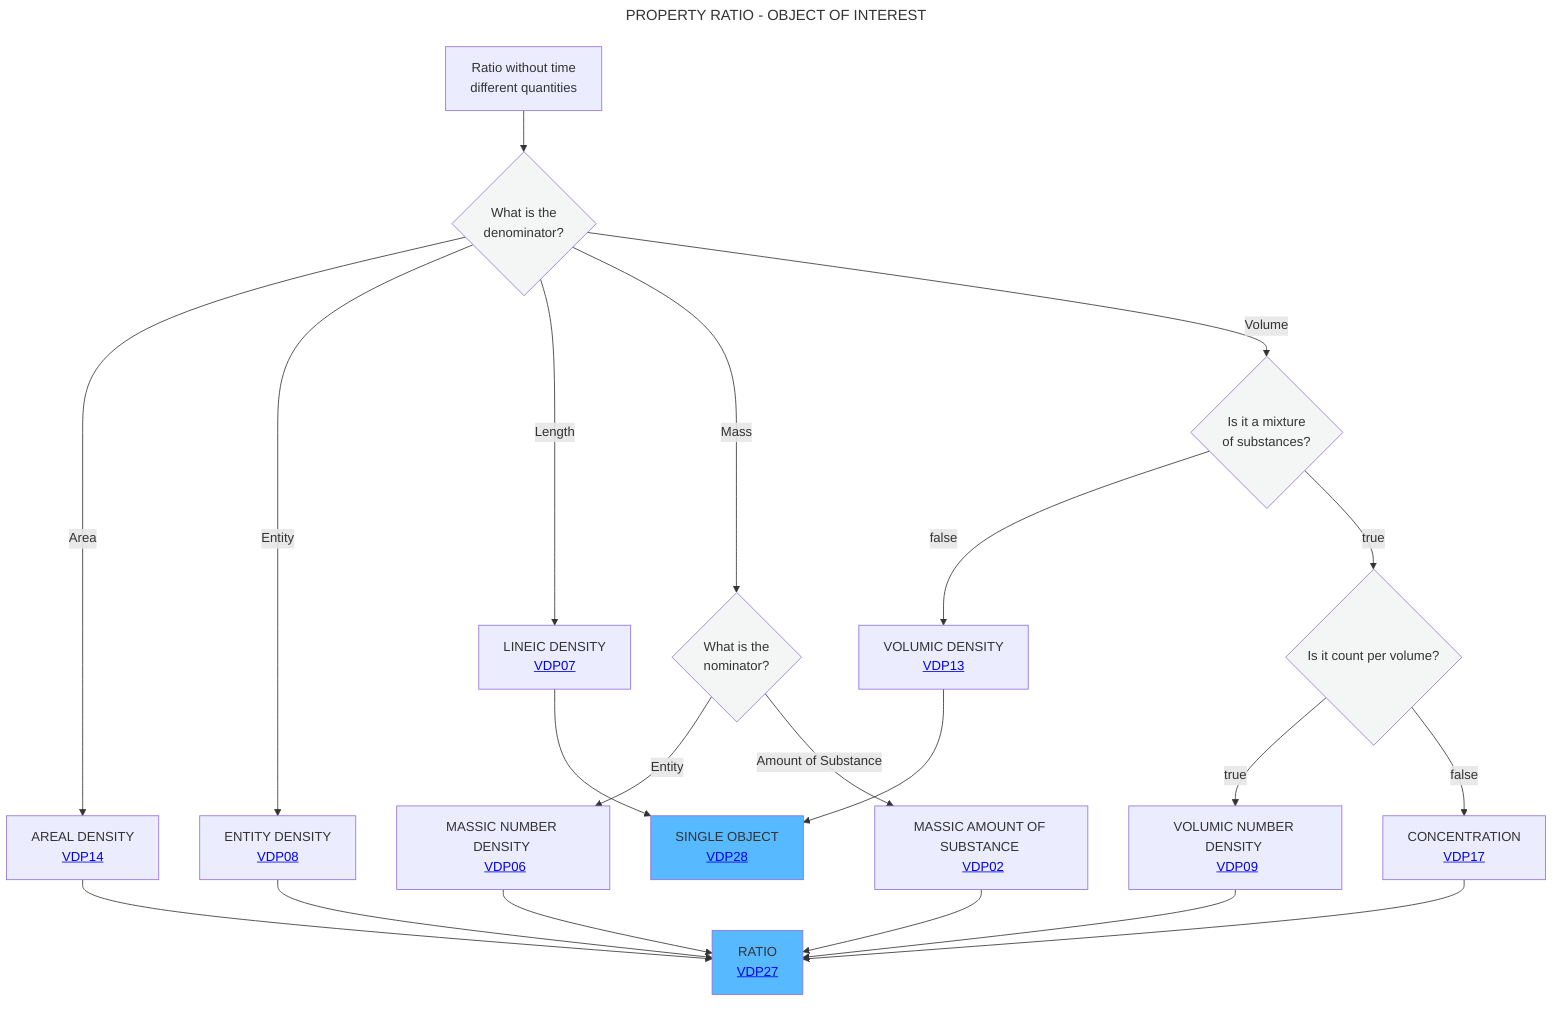
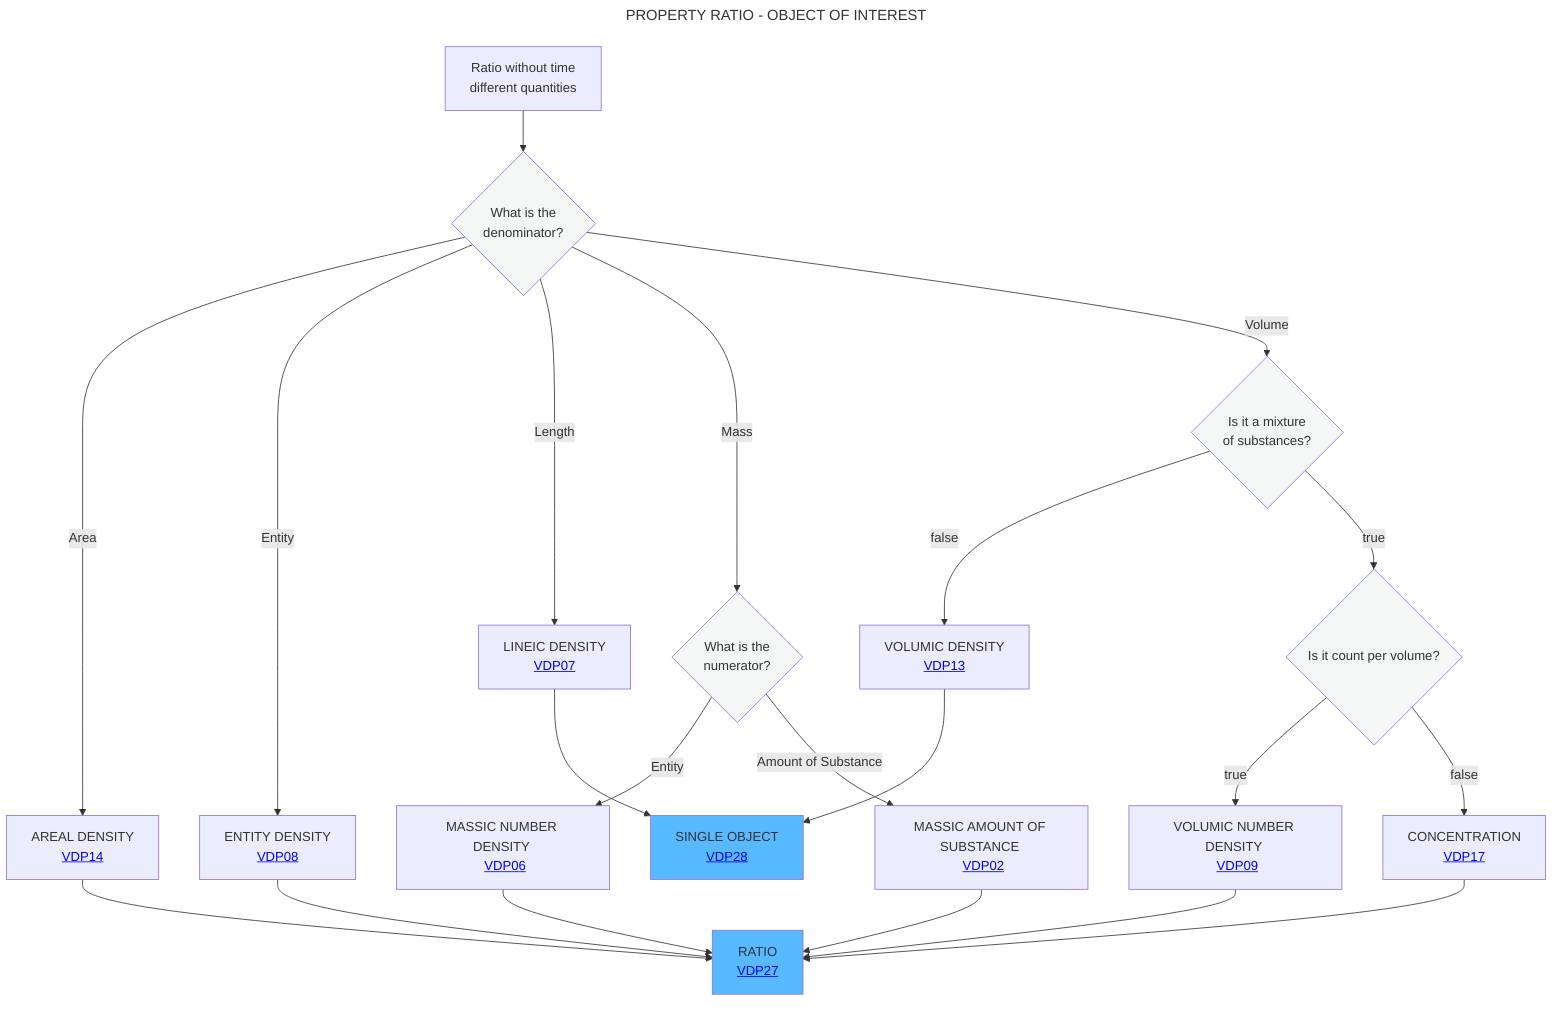
---
title: PROPERTY RATIO - OBJECT OF INTEREST
---
flowchart TD
    A[Ratio without time <br> different quantities] --> B{What is the <br> denominator?}:::white
    B -- Area -->C[AREAL DENSITY <br> <a href='https://github.com/mabablue/I-ADOPT-patterns-playground/blob/main/pattern/VDP14.yaml'>VDP14</a>]
    B -- Entity -->F[ENTITY DENSITY <br> <a href='https://github.com/mabablue/I-ADOPT-patterns-playground/blob/main/pattern/VDP08.yaml'>VDP08</a>]
    B -- Length -->D[LINEIC DENSITY <br> <a href='https://github.com/mabablue/I-ADOPT-patterns-playground/blob/main/pattern/VDP07.yaml'>VDP07</a>]
-     B -- Mass -->E{What is the <br> nominator?}:::white
+     B -- Mass -->E{What is the <br> numerator?}:::white
    E -- Entity --> L[MASSIC NUMBER DENSITY <br> <a href='https://github.com/mabablue/I-ADOPT-patterns-playground/blob/main/pattern/VDP06.yaml'>VDP06</a>]
    E -- Amount of Substance --> P[MASSIC AMOUNT OF SUBSTANCE <br> <a href='https://github.com/mabablue/I-ADOPT-patterns-playground/blob/main/pattern/VDP02.yaml'>VDP02</a>]
    B -- Volume -->G{Is it a mixture <br> of substances?}:::white
    G --> |false|H[VOLUMIC DENSITY <br> <a href='https://github.com/mabablue/I-ADOPT-patterns-playground/blob/main/pattern/VDP13.yaml'>VDP13</a>]
    G--> |true|J{Is it count per volume?}:::white
    J --> |true|I[VOLUMIC NUMBER DENSITY <br> <a href='https://github.com/mabablue/I-ADOPT-patterns-playground/blob/main/pattern/VDP09.yaml'>VDP09</a>]
    J --> |false|M[CONCENTRATION <br> <a href='https://github.com/mabablue/I-ADOPT-patterns-playground/blob/main/pattern/VDP17.yaml'>VDP17</a>]
    I --> N
    C --> N[RATIO <br> <a href='https://github.com/mabablue/I-ADOPT-patterns-playground/blob/main/pattern/VDP27.yaml'>VDP27</a>]:::satblue
    F --> N
    D --> O[SINGLE OBJECT <br> <a href='https://github.com/mabablue/I-ADOPT-patterns-playground/blob/main/pattern/VDP28.yaml'>VDP28</a>]:::satblue
    H --> O
    L --> N
    P --> N
    M --> N
   classDef blue fill:#90D5FF
   classDef satblue fill:#57B9FF
   classDef white fill:#f3f6f4
   classDef green fill:#6aa84f
